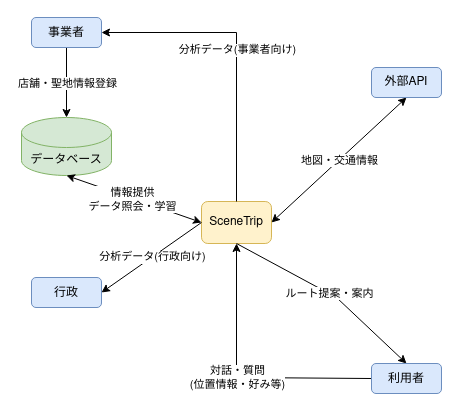
The draw.io diagram docs/figure/softinfo.drawio in r02092/se2025, before the edit. Source tidied: cells renumbered, new cells numbered last; positions are measured from the earlier drawing's top-left corner, leaving out a move shared by most shapes. Both pictures are drawn from the tidied source at 100%, with x=0, y=0 at pixel (21, 17).
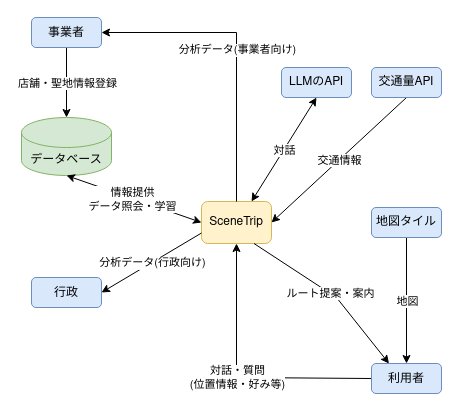
The same page after the edit.

Commit message (it also covers changes not shown here):
外部APIの内容が明確になるように図を修正

地図タイルは利用者に直接アクセスさせる

Unchanged cells that the change refers to:
```xml
<mxCell id="2" value="SceneTrip" style="rounded=1;whiteSpace=wrap;html=1;fillColor=#fff2cc;strokeColor=#d6b656;fontFamily=Nimbus Sans;" parent="1" vertex="1">
  <mxGeometry x="180" y="184" width="70" height="42" as="geometry" />
</mxCell>
<mxCell id="17" value="行政" style="rounded=1;whiteSpace=wrap;html=1;fillColor=#dae8fc;strokeColor=#6c8ebf;" parent="1" vertex="1">
  <mxGeometry x="10" y="260" width="70" height="30" as="geometry" />
</mxCell>
<mxCell id="18" value="利用者" style="rounded=1;whiteSpace=wrap;html=1;fillColor=#dae8fc;strokeColor=#6c8ebf;" parent="1" vertex="1">
  <mxGeometry x="350" y="346" width="70" height="30" as="geometry" />
</mxCell>
```

What changed in the source:
```diff
@@
-    <mxCell id="6" style="endArrow=classic;html=1;rounded=0;entryX=0.5;entryY=0;entryDx=0;entryDy=0;exitX=0.5;exitY=1;exitDx=0;exitDy=0;" parent="1" edge="1" source="2" target="18">
+    <mxCell id="6" style="endArrow=classic;html=1;rounded=0;entryX=0.25;entryY=0;entryDx=0;entryDy=0;exitX=0.75;exitY=1;exitDx=0;exitDy=0;" parent="1" edge="1" source="2" target="18">
       <mxGeometry relative="1" as="geometry">
         <Array as="points">
           <mxPoint x="315" y="280" />
         </Array>
       </mxGeometry>
     </mxCell>
@@
-    <mxCell id="8" style="endArrow=classic;html=1;rounded=0;exitX=1;exitY=0.5;exitDx=0;exitDy=0;entryX=0.5;entryY=1;entryDx=0;entryDy=0;startArrow=classic;startFill=1;" parent="1" edge="1" source="2" target="21">
+    <mxCell id="8" style="endArrow=none;html=1;rounded=0;exitX=1;exitY=0.5;exitDx=0;exitDy=0;entryX=0.5;entryY=1;entryDx=0;entryDy=0;startArrow=classic;startFill=1;endFill=0;" parent="1" edge="1" source="2" target="21">
       <mxGeometry relative="1" as="geometry" />
     </mxCell>
-    <mxCell id="9" value="地図・交通情報" style="edgeLabel;html=1;align=center;verticalAlign=middle;" parent="8" vertex="1">
+    <mxCell id="9" value="交通情報" style="edgeLabel;html=1;align=center;verticalAlign=middle;" parent="8" vertex="1">
       <mxGeometry relative="1" as="geometry" />
     </mxCell>
@@
-    <mxCell id="14" style="endArrow=classic;html=1;rounded=0;entryX=1;entryY=0.5;entryDx=0;entryDy=0;exitX=0;exitY=0.5;exitDx=0;exitDy=0;" parent="1" edge="1" source="2" target="17">
+    <mxCell id="14" style="endArrow=classic;html=1;rounded=0;entryX=1;entryY=0.5;entryDx=0;entryDy=0;exitX=0;exitY=0.75;exitDx=0;exitDy=0;" parent="1" edge="1" source="2" target="17">
       <mxGeometry relative="1" as="geometry" />
     </mxCell>
@@
-    <mxCell id="21" value="外部API" style="rounded=1;whiteSpace=wrap;html=1;fillColor=#dae8fc;strokeColor=#6c8ebf;fontFamily=Nimbus Sans;" parent="1" vertex="1">
+    <mxCell id="21" value="交通量API" style="rounded=1;whiteSpace=wrap;html=1;fillColor=#dae8fc;strokeColor=#6c8ebf;fontFamily=Nimbus Sans;" parent="1" vertex="1">
       <mxGeometry x="350" y="50" width="70" height="30" as="geometry" />
     </mxCell>
+    <mxCell id="22" style="endArrow=classic;html=1;rounded=0;exitX=1;exitY=0.5;exitDx=0;exitDy=0;entryX=0.5;entryY=1;entryDx=0;entryDy=0;startArrow=classic;startFill=1;" parent="1" edge="1" target="24">
+      <mxGeometry relative="1" as="geometry">
+        <mxPoint x="230" y="184" as="sourcePoint" />
+      </mxGeometry>
+    </mxCell>
+    <mxCell id="23" value="対話" style="edgeLabel;html=1;align=center;verticalAlign=middle;" parent="22" vertex="1">
+      <mxGeometry relative="1" as="geometry" />
+    </mxCell>
+    <mxCell id="24" value="LLMのAPI" style="rounded=1;whiteSpace=wrap;html=1;fillColor=#dae8fc;strokeColor=#6c8ebf;fontFamily=Nimbus Sans;" parent="1" vertex="1">
+      <mxGeometry x="260" y="50" width="70" height="30" as="geometry" />
+    </mxCell>
+    <mxCell id="25" style="endArrow=none;html=1;rounded=0;entryX=0.5;entryY=1;entryDx=0;entryDy=0;startArrow=classic;startFill=1;endFill=0;" parent="1" edge="1" source="18" target="27">
+      <mxGeometry relative="1" as="geometry" />
+    </mxCell>
+    <mxCell id="26" value="地図" style="edgeLabel;html=1;align=center;verticalAlign=middle;" parent="25" vertex="1">
+      <mxGeometry relative="1" as="geometry" />
+    </mxCell>
+    <mxCell id="27" value="地図タイル" style="rounded=1;whiteSpace=wrap;html=1;fillColor=#dae8fc;strokeColor=#6c8ebf;fontFamily=Nimbus Sans;" parent="1" vertex="1">
+      <mxGeometry x="350" y="190" width="70" height="30" as="geometry" />
+    </mxCell>
```
